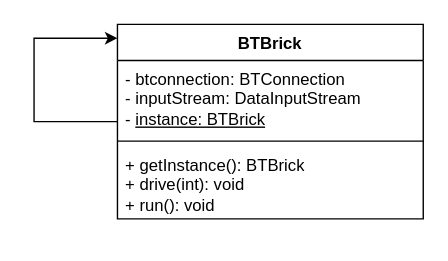
The draw.io diagram UML/BTBrick.drawio in Thomas12141/OOS_Praktikum, before the edit. Source tidied: cells renumbered, new cells numbered last; positions are measured from the earlier drawing's top-left corner, leaving out a move shared by most shapes. Both pictures are drawn from the tidied source at 139%, with x=0, y=0 at pixel (33, 24).
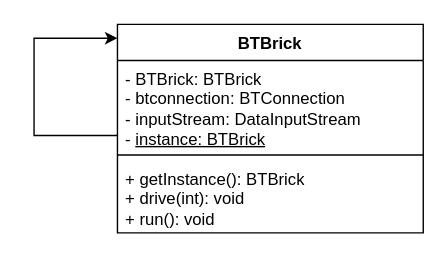
The same diagram, later.

Diff of the diagram source:
```diff
@@
 <mxGraphModel>
   <root>
     <mxCell id="0" />
     <mxCell id="1" parent="0" />
     <mxCell id="2" value="BTBrick" style="swimlane;fontStyle=1;align=center;verticalAlign=top;horizontal=1;startSize=26;whiteSpace=wrap;html=1;" parent="1" vertex="1">
-      <mxGeometry x="60" width="220" height="140" as="geometry" />
+      <mxGeometry x="60" width="220" height="150" as="geometry" />
     </mxCell>
-    <mxCell id="3" value="- btconnection: BTConnection&lt;div&gt;- inputStream: DataInputStream&lt;/div&gt;&lt;div&gt;- &lt;u&gt;instance: BTBrick&lt;/u&gt;&lt;/div&gt;" style="text;strokeColor=none;fillColor=none;align=left;verticalAlign=top;spacingLeft=4;spacingRight=4;overflow=hidden;points=[[0,0.5],[1,0.5]];portConstraint=eastwest;whiteSpace=wrap;html=1;" parent="2" vertex="1">
-      <mxGeometry y="26" width="220" height="54" as="geometry" />
+    <mxCell id="3" value="&lt;div&gt;- BTBrick: BTBrick&lt;/div&gt;- btconnection: BTConnection&lt;div&gt;- inputStream: DataInputStream&lt;/div&gt;&lt;div&gt;- &lt;u&gt;instance: BTBrick&lt;/u&gt;&lt;/div&gt;" style="text;strokeColor=none;fillColor=none;align=left;verticalAlign=top;spacingLeft=4;spacingRight=4;overflow=hidden;points=[[0,0.5],[1,0.5]];portConstraint=eastwest;whiteSpace=wrap;html=1;" parent="2" vertex="1">
+      <mxGeometry y="26" width="220" height="64" as="geometry" />
     </mxCell>
     <mxCell id="4" style="line;strokeWidth=1;fillColor=none;align=left;verticalAlign=middle;spacingTop=-1;spacingLeft=3;spacingRight=3;labelPosition=right;strokeColor=inherit;" parent="2" vertex="1">
-      <mxGeometry y="80" width="220" height="8" as="geometry" />
+      <mxGeometry y="90" width="220" height="8" as="geometry" />
     </mxCell>
     <mxCell id="5" value="+ getInstance(): BTBrick&lt;div&gt;+ drive(int): void&lt;/div&gt;&lt;div&gt;+ run(): void&lt;/div&gt;" style="text;strokeColor=none;fillColor=none;align=left;verticalAlign=top;spacingLeft=4;spacingRight=4;overflow=hidden;whiteSpace=wrap;html=1;" parent="2" vertex="1">
-      <mxGeometry y="88" width="220" height="52" as="geometry" />
+      <mxGeometry y="98" width="220" height="52" as="geometry" />
     </mxCell>
-    <mxCell id="6" style="endArrow=classic;html=1;rounded=0;" parent="1" edge="1">
+    <mxCell id="6" style="endArrow=classic;html=1;rounded=0;exitX=0;exitY=0.844;exitDx=0;exitDy=0;exitPerimeter=0;" parent="1" edge="1" source="3">
       <mxGeometry relative="1" as="geometry">
-        <mxPoint x="60" y="70" as="sourcePoint" />
         <mxPoint x="60" y="10" as="targetPoint" />
         <Array as="points">
-          <mxPoint y="70" />
+          <mxPoint y="80" />
           <mxPoint y="10" />
         </Array>
       </mxGeometry>
     </mxCell>
   </root>
 </mxGraphModel>
```
